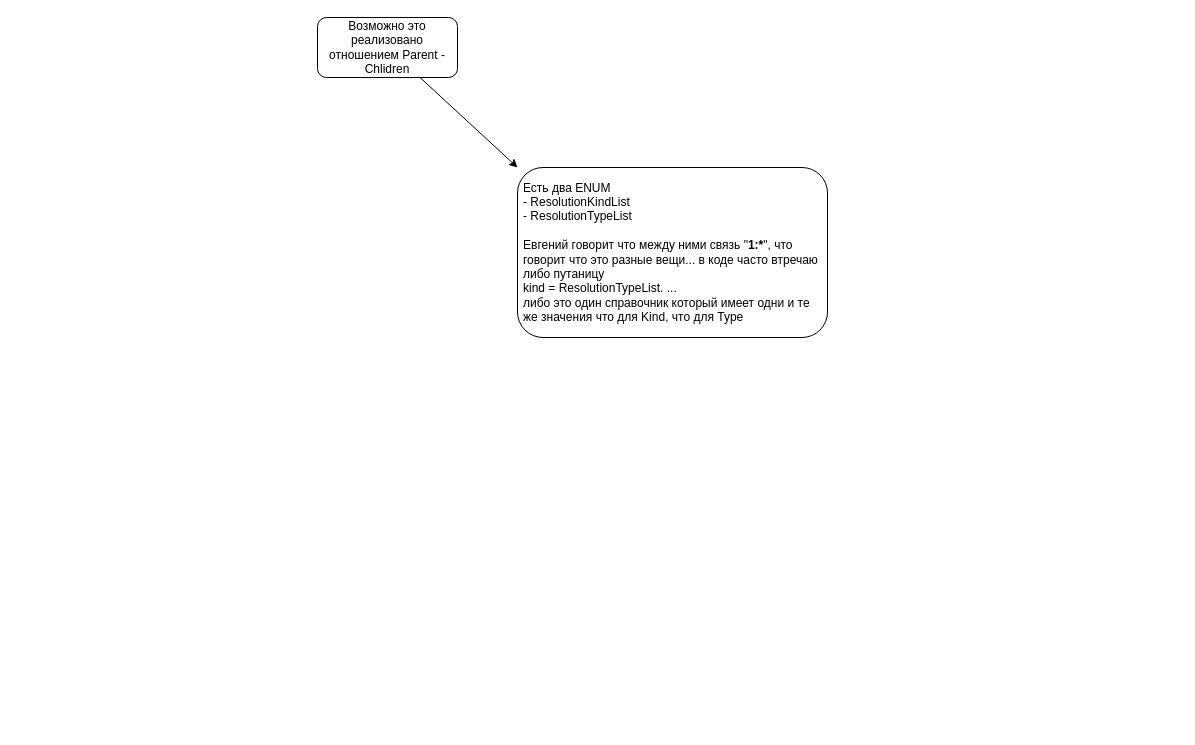
davyd0ff/so-line-grls keeps this draw.io diagram as Domain/Resolutions/TypeResolutionVSKindResolution.drawio. Above is the earlier version. Source tidied: cells renumbered, new cells numbered last; positions are measured from the earlier drawing's top-left corner, leaving out a move shared by most shapes. Both pictures are drawn from the tidied source at 100%, with x=0, y=0 at pixel (317, 17).
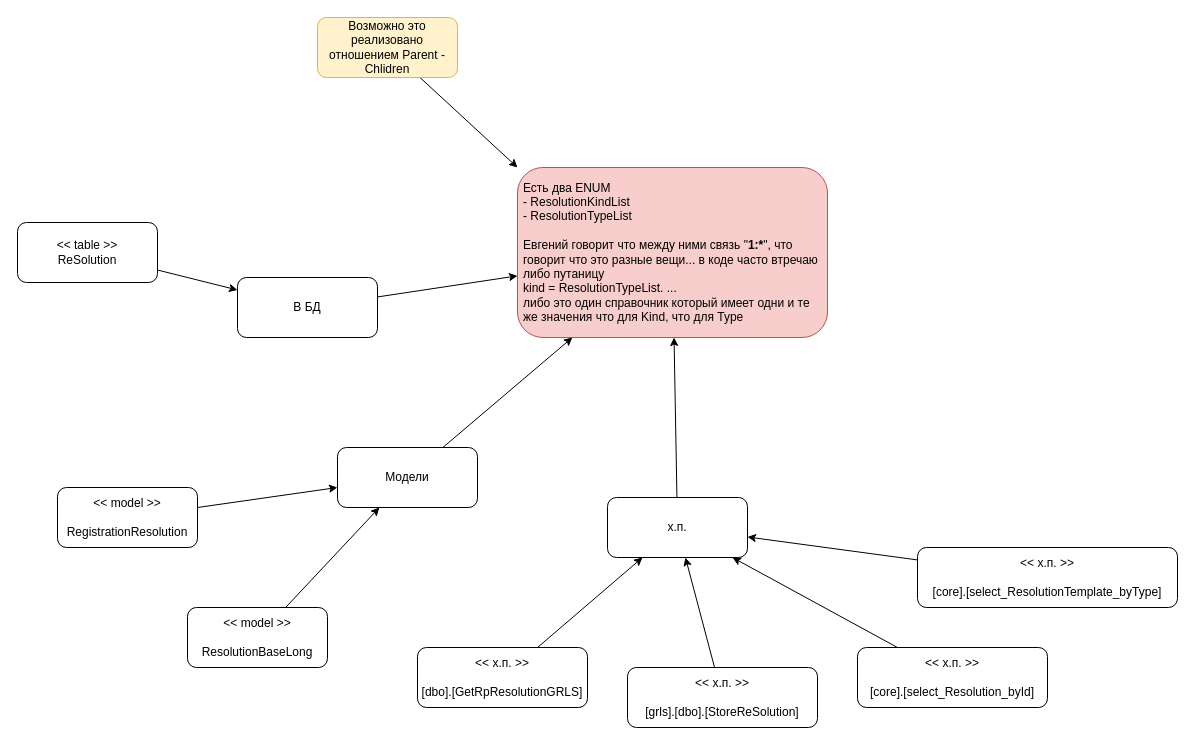
The same diagram, later.

What changed in the source:
```diff
@@
-    <mxCell id="2" value="Есть два ENUM&amp;nbsp;&lt;br&gt;-&amp;nbsp;ResolutionKindList&lt;br&gt;-&amp;nbsp;ResolutionTypeList&lt;br&gt;&lt;br&gt;Евгений говорит что между ними связь &quot;&lt;b&gt;1:*&lt;/b&gt;&quot;, что говорит что это разные вещи... в коде часто втречаю либо путаницу&amp;nbsp;&lt;br&gt;kind = ResolutionTypeList. ...&lt;br&gt;либо это один справочник который имеет одни и те же значения что для Kind, что для Type" style="rounded=1;whiteSpace=wrap;html=1;align=left;spacingLeft=4;" parent="1" vertex="1">
+    <mxCell id="2" value="Есть два ENUM&amp;nbsp;&lt;br&gt;-&amp;nbsp;ResolutionKindList&lt;br&gt;-&amp;nbsp;ResolutionTypeList&lt;br&gt;&lt;br&gt;Евгений говорит что между ними связь &quot;&lt;b&gt;1:*&lt;/b&gt;&quot;, что говорит что это разные вещи... в коде часто втречаю либо путаницу&amp;nbsp;&lt;br&gt;kind = ResolutionTypeList. ...&lt;br&gt;либо это один справочник который имеет одни и те же значения что для Kind, что для Type" style="rounded=1;whiteSpace=wrap;html=1;align=left;spacingLeft=4;fillColor=#f8cecc;strokeColor=#b85450;" parent="1" vertex="1">
       <mxGeometry x="200" y="150" width="310" height="170" as="geometry" />
     </mxCell>
@@
-    <mxCell id="4" value="Возможно это реализовано отношением Parent - Chlidren" style="rounded=1;whiteSpace=wrap;html=1;" parent="1" vertex="1">
+    <mxCell id="4" value="Возможно это реализовано отношением Parent - Chlidren" style="rounded=1;whiteSpace=wrap;html=1;fillColor=#fff2cc;strokeColor=#d6b656;" parent="1" vertex="1">
       <mxGeometry width="140" height="60" as="geometry" />
     </mxCell>
+    <mxCell id="5" style="edgeStyle=none;rounded=0;jettySize=auto;html=1;" parent="1" edge="1" source="6" target="2">
+      <mxGeometry relative="1" as="geometry" />
+    </mxCell>
+    <mxCell id="6" value="В БД" style="rounded=1;whiteSpace=wrap;html=1;" parent="1" vertex="1">
+      <mxGeometry x="-80" y="260" width="140" height="60" as="geometry" />
+    </mxCell>
+    <mxCell id="7" style="edgeStyle=none;rounded=0;jettySize=auto;html=1;" parent="1" edge="1" source="8" target="6">
+      <mxGeometry relative="1" as="geometry" />
+    </mxCell>
+    <mxCell id="8" value="&amp;lt;&amp;lt; table &amp;gt;&amp;gt;&lt;br&gt;ReSolution" style="rounded=1;whiteSpace=wrap;html=1;" parent="1" vertex="1">
+      <mxGeometry x="-300" y="205" width="140" height="60" as="geometry" />
+    </mxCell>
+    <mxCell id="9" style="edgeStyle=none;rounded=0;jettySize=auto;html=1;" parent="1" edge="1" source="10" target="2">
+      <mxGeometry relative="1" as="geometry" />
+    </mxCell>
+    <mxCell id="10" value="Модели" style="rounded=1;whiteSpace=wrap;html=1;" parent="1" vertex="1">
+      <mxGeometry x="20" y="430" width="140" height="60" as="geometry" />
+    </mxCell>
+    <mxCell id="11" style="edgeStyle=none;rounded=0;jettySize=auto;html=1;" parent="1" edge="1" source="12" target="10">
+      <mxGeometry relative="1" as="geometry" />
+    </mxCell>
+    <mxCell id="12" value="&amp;lt;&amp;lt; model &amp;gt;&amp;gt;&lt;br&gt;&lt;br&gt;RegistrationResolution" style="rounded=1;whiteSpace=wrap;html=1;" parent="1" vertex="1">
+      <mxGeometry x="-260" y="470" width="140" height="60" as="geometry" />
+    </mxCell>
+    <mxCell id="13" style="edgeStyle=none;rounded=0;jettySize=auto;html=1;" parent="1" edge="1" source="14" target="10">
+      <mxGeometry relative="1" as="geometry" />
+    </mxCell>
+    <mxCell id="14" value="&amp;lt;&amp;lt; model &amp;gt;&amp;gt;&lt;br&gt;&lt;br&gt;ResolutionBaseLong" style="rounded=1;whiteSpace=wrap;html=1;" parent="1" vertex="1">
+      <mxGeometry x="-130" y="590" width="140" height="60" as="geometry" />
+    </mxCell>
+    <mxCell id="15" style="edgeStyle=none;rounded=0;jettySize=auto;html=1;" parent="1" edge="1" source="16" target="2">
+      <mxGeometry relative="1" as="geometry" />
+    </mxCell>
+    <mxCell id="16" value="х.п." style="rounded=1;whiteSpace=wrap;html=1;" parent="1" vertex="1">
+      <mxGeometry x="290" y="480" width="140" height="60" as="geometry" />
+    </mxCell>
+    <mxCell id="17" style="edgeStyle=none;rounded=0;jettySize=auto;html=1;" parent="1" edge="1" source="18" target="16">
+      <mxGeometry relative="1" as="geometry" />
+    </mxCell>
+    <mxCell id="18" value="&amp;lt;&amp;lt; х.п. &amp;gt;&amp;gt;&lt;br&gt;&lt;br&gt;[dbo].[GetRpResolutionGRLS]" style="rounded=1;whiteSpace=wrap;html=1;" parent="1" vertex="1">
+      <mxGeometry x="100" y="630" width="170" height="60" as="geometry" />
+    </mxCell>
+    <mxCell id="19" style="edgeStyle=none;rounded=0;jettySize=auto;html=1;" parent="1" edge="1" source="20" target="16">
+      <mxGeometry relative="1" as="geometry" />
+    </mxCell>
+    <mxCell id="20" value="&amp;lt;&amp;lt; х.п. &amp;gt;&amp;gt;&lt;br&gt;&lt;br&gt;[grls].[dbo].[StoreReSolution]" style="rounded=1;whiteSpace=wrap;html=1;" parent="1" vertex="1">
+      <mxGeometry x="310" y="650" width="190" height="60" as="geometry" />
+    </mxCell>
+    <mxCell id="21" style="edgeStyle=none;rounded=0;jettySize=auto;html=1;" parent="1" edge="1" source="22" target="16">
+      <mxGeometry relative="1" as="geometry" />
+    </mxCell>
+    <mxCell id="22" value="&amp;lt;&amp;lt; х.п. &amp;gt;&amp;gt;&lt;br&gt;&lt;br&gt;[core].[select_Resolution_byId]" style="rounded=1;whiteSpace=wrap;html=1;" parent="1" vertex="1">
+      <mxGeometry x="540" y="630" width="190" height="60" as="geometry" />
+    </mxCell>
+    <mxCell id="23" style="edgeStyle=none;rounded=0;jettySize=auto;html=1;" parent="1" edge="1" source="24" target="16">
+      <mxGeometry relative="1" as="geometry" />
+    </mxCell>
+    <mxCell id="24" value="&amp;lt;&amp;lt; х.п. &amp;gt;&amp;gt;&lt;br&gt;&lt;br&gt;[core].[select_ResolutionTemplate_byType]" style="rounded=1;whiteSpace=wrap;html=1;" parent="1" vertex="1">
+      <mxGeometry x="600" y="530" width="260" height="60" as="geometry" />
+    </mxCell>
```
